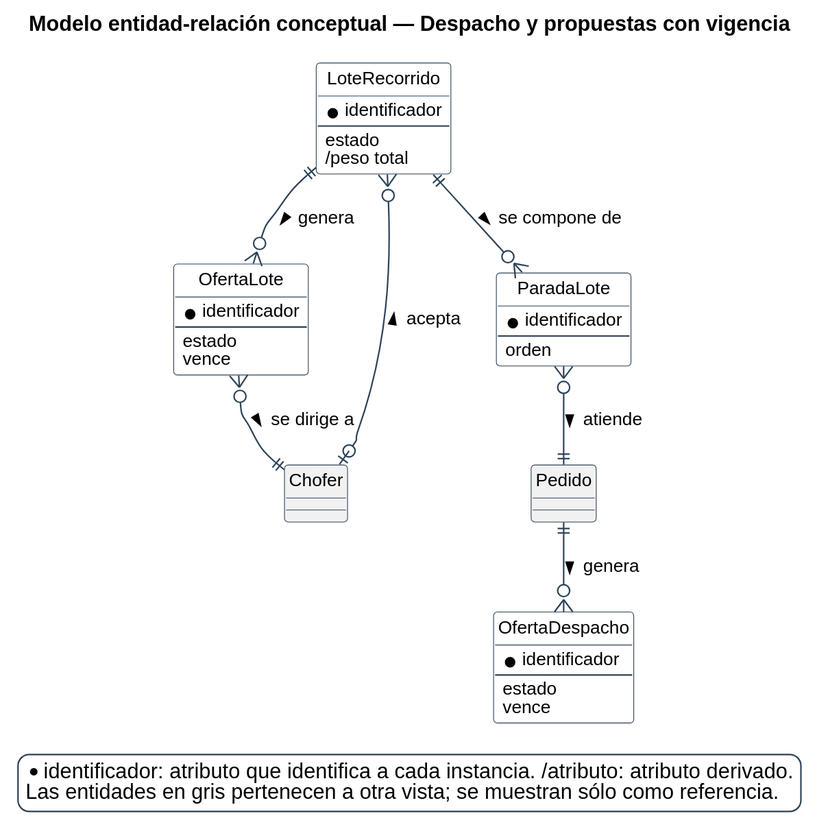
The PlantUML diagram diagramas/base-de-datos/conceptual/SPLG-der-03-despacho-y-propuestas-con-vigencia.svg in Nahuelito-Dev/splg-docs, before a commit.
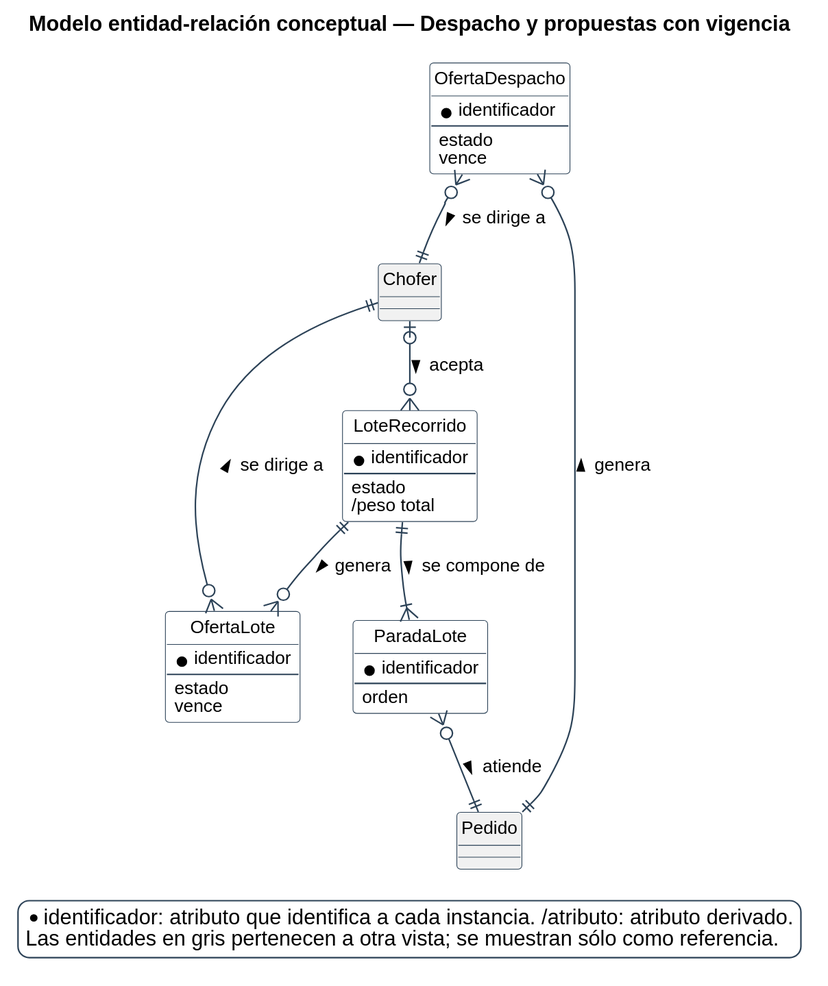
After the commit.

Diff of the diagram source:
```diff
@@ -61,10 +61,11 @@
 }
 
 Chofer |o--o{ LoteRecorrido : acepta >
+OfertaDespacho }o--|| Chofer : se dirige a >
 Pedido ||--o{ OfertaDespacho : genera >
 LoteRecorrido ||--o{ OfertaLote : genera >
 OfertaLote }o--|| Chofer : se dirige a >
-LoteRecorrido ||--o{ ParadaLote : se compone de >
+LoteRecorrido ||--|{ ParadaLote : se compone de >
 ParadaLote }o--|| Pedido : atiende >
 
 legend bottom right
```
